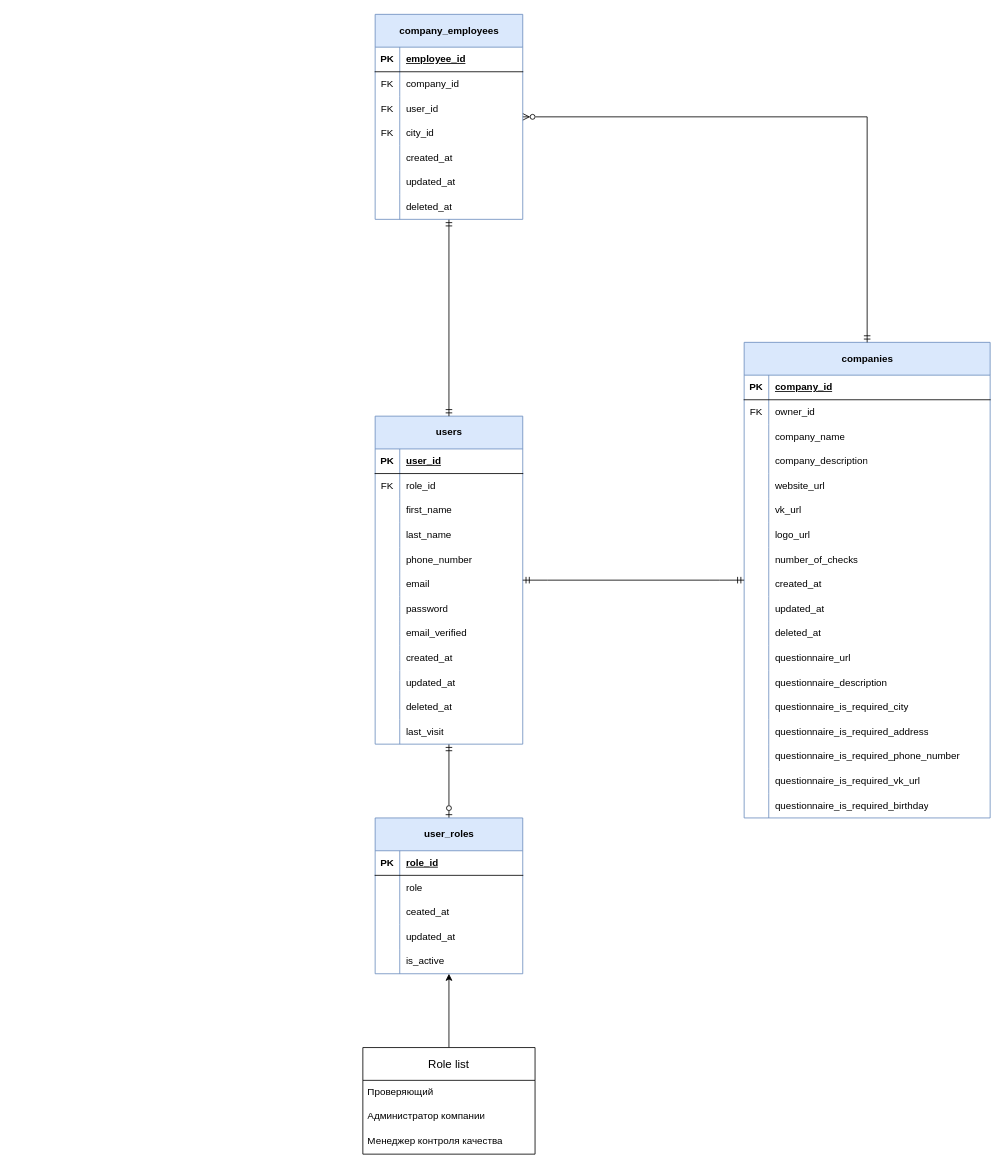
This is db-schema.drawio from kuznetsovsky/stealth-check-api, a draw.io file, before an edit. Source tidied: cells renumbered, new cells numbered last; positions are measured from the earlier drawing's top-left corner, leaving out a move shared by most shapes. Both pictures are drawn from the tidied source at 82%, with x=0, y=0 at pixel (362, 14).
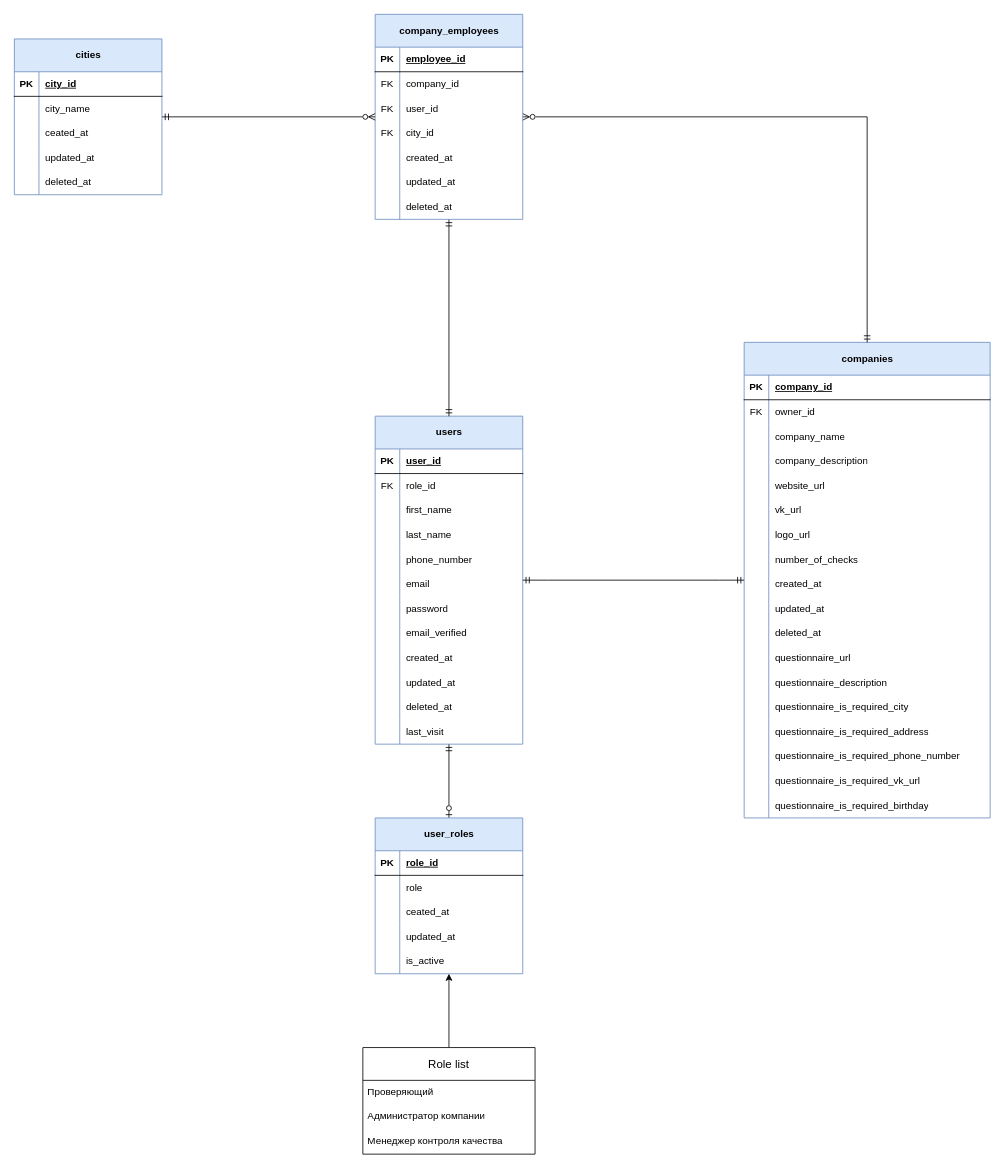
The same diagram, later.

Commit message:
chore: create cities table schema

Unchanged cells that the change refers to:
```xml
<mxCell id="119" value="company_employees" style="shape=table;startSize=40;childLayout=tableLayout;rowLines=0;fontStyle=1;align=center;html=1;fillColor=#dae8fc;strokeColor=#6c8ebf;" parent="1" vertex="1">
  <mxGeometry x="15" width="180" height="250" as="geometry" />
</mxCell>
```

Diff of the diagram source:
```diff
@@
+    <mxCell id="141" style="edgeStyle=orthogonalEdgeStyle;rounded=0;jettySize=auto;html=1;startArrow=ERmandOne;startFill=0;endArrow=ERzeroToMany;endFill=0;" parent="1" edge="1" source="142" target="119">
+      <mxGeometry relative="1" as="geometry" />
+    </mxCell>
+    <mxCell id="142" value="cities" style="shape=table;startSize=40;childLayout=tableLayout;rowLines=0;fontStyle=1;align=center;html=1;fillColor=#dae8fc;strokeColor=#6c8ebf;" parent="1" vertex="1">
+      <mxGeometry x="-425" y="30" width="180" height="190" as="geometry" />
+    </mxCell>
+    <mxCell id="143" style="shape=tableRow;horizontal=0;startSize=0;swimlaneHead=0;swimlaneBody=0;fillColor=none;top=0;left=0;right=0;bottom=1;" parent="142" vertex="1">
+      <mxGeometry y="40" width="180" height="30" as="geometry" />
+    </mxCell>
+    <mxCell id="144" value="PK" style="shape=partialRectangle;fillColor=none;top=0;left=0;bottom=0;right=0;fontStyle=1;overflow=hidden;whiteSpace=wrap;html=1;" parent="143" vertex="1">
+      <mxGeometry width="30" height="30" as="geometry" />
+    </mxCell>
+    <mxCell id="145" value="city_id" style="shape=partialRectangle;fillColor=none;top=0;left=0;bottom=0;right=0;align=left;spacingLeft=6;fontStyle=5;overflow=hidden;whiteSpace=wrap;html=1;" parent="143" vertex="1">
+      <mxGeometry x="30" width="150" height="30" as="geometry" />
+    </mxCell>
+    <mxCell id="146" style="shape=tableRow;horizontal=0;startSize=0;swimlaneHead=0;swimlaneBody=0;fillColor=none;top=0;left=0;right=0;bottom=0;" parent="142" vertex="1">
+      <mxGeometry y="70" width="180" height="30" as="geometry" />
+    </mxCell>
+    <mxCell id="147" style="shape=partialRectangle;fillColor=none;top=0;left=0;bottom=0;right=0;overflow=hidden;whiteSpace=wrap;html=1;" parent="146" vertex="1">
+      <mxGeometry width="30" height="30" as="geometry" />
+    </mxCell>
+    <mxCell id="148" value="city_name" style="shape=partialRectangle;fillColor=none;top=0;left=0;bottom=0;right=0;align=left;spacingLeft=6;overflow=hidden;whiteSpace=wrap;html=1;" parent="146" vertex="1">
+      <mxGeometry x="30" width="150" height="30" as="geometry" />
+    </mxCell>
+    <mxCell id="149" style="shape=tableRow;horizontal=0;startSize=0;swimlaneHead=0;swimlaneBody=0;fillColor=none;top=0;left=0;right=0;bottom=0;" parent="142" vertex="1">
+      <mxGeometry y="100" width="180" height="30" as="geometry" />
+    </mxCell>
+    <mxCell id="150" style="shape=partialRectangle;fillColor=none;top=0;left=0;bottom=0;right=0;overflow=hidden;whiteSpace=wrap;html=1;" parent="149" vertex="1">
+      <mxGeometry width="30" height="30" as="geometry" />
+    </mxCell>
+    <mxCell id="151" value="ceated_at" style="shape=partialRectangle;fillColor=none;top=0;left=0;bottom=0;right=0;align=left;spacingLeft=6;overflow=hidden;whiteSpace=wrap;html=1;" parent="149" vertex="1">
+      <mxGeometry x="30" width="150" height="30" as="geometry" />
+    </mxCell>
+    <mxCell id="152" style="shape=tableRow;horizontal=0;startSize=0;swimlaneHead=0;swimlaneBody=0;fillColor=none;top=0;left=0;right=0;bottom=0;" parent="142" vertex="1">
+      <mxGeometry y="130" width="180" height="30" as="geometry" />
+    </mxCell>
+    <mxCell id="153" style="shape=partialRectangle;fillColor=none;top=0;left=0;bottom=0;right=0;overflow=hidden;whiteSpace=wrap;html=1;" parent="152" vertex="1">
+      <mxGeometry width="30" height="30" as="geometry" />
+    </mxCell>
+    <mxCell id="154" value="updated_at" style="shape=partialRectangle;fillColor=none;top=0;left=0;bottom=0;right=0;align=left;spacingLeft=6;overflow=hidden;whiteSpace=wrap;html=1;" parent="152" vertex="1">
+      <mxGeometry x="30" width="150" height="30" as="geometry" />
+    </mxCell>
+    <mxCell id="155" style="shape=tableRow;horizontal=0;startSize=0;swimlaneHead=0;swimlaneBody=0;fillColor=none;top=0;left=0;right=0;bottom=0;" parent="142" vertex="1">
+      <mxGeometry y="160" width="180" height="30" as="geometry" />
+    </mxCell>
+    <mxCell id="156" style="shape=partialRectangle;fillColor=none;top=0;left=0;bottom=0;right=0;overflow=hidden;whiteSpace=wrap;html=1;" parent="155" vertex="1">
+      <mxGeometry width="30" height="30" as="geometry" />
+    </mxCell>
+    <mxCell id="157" value="deleted_at" style="shape=partialRectangle;fillColor=none;top=0;left=0;bottom=0;right=0;align=left;spacingLeft=6;overflow=hidden;whiteSpace=wrap;html=1;" parent="155" vertex="1">
+      <mxGeometry x="30" width="150" height="30" as="geometry" />
+    </mxCell>
```
